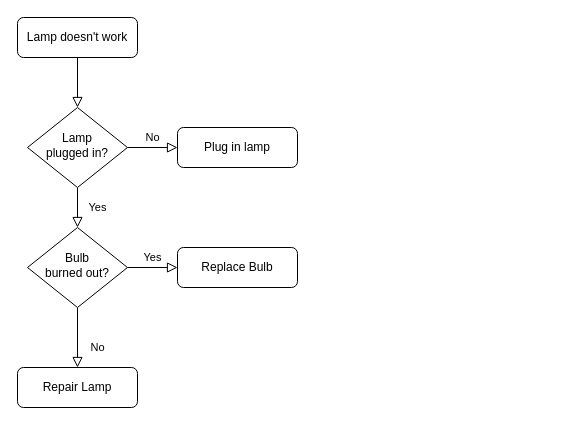
Above: my_diagram.drawio in osdev1490/git-prueba (draw.io), before the change. Source tidied: cells renumbered, new cells numbered last; positions are measured from the earlier drawing's top-left corner, leaving out a move shared by most shapes. Both pictures are drawn from the tidied source at 100%, with x=0, y=0 at pixel (17, 17).
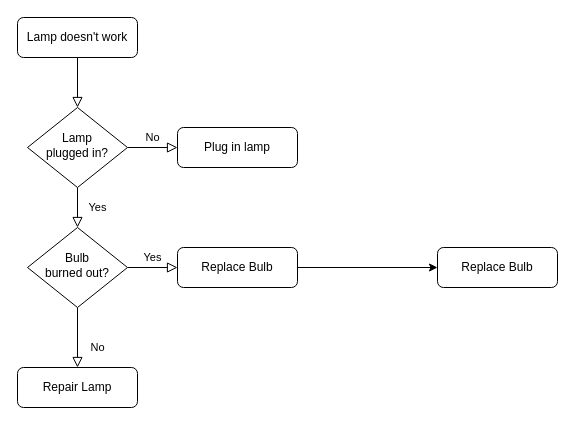
After the change.

Commit message:
build: Nuevo componente

Diff of the diagram source:
```diff
@@
 <mxGraphModel>
   <root>
     <mxCell id="0" />
     <mxCell id="1" parent="0" />
     <mxCell id="2" style="rounded=0;html=1;jettySize=auto;fontSize=11;endArrow=block;endFill=0;endSize=8;strokeWidth=1;shadow=0;labelBackgroundColor=none;edgeStyle=orthogonalEdgeStyle;" parent="1" edge="1" source="3" target="6">
       <mxGeometry relative="1" as="geometry" />
     </mxCell>
     <mxCell id="3" value="Lamp doesn't work" style="rounded=1;whiteSpace=wrap;html=1;fontSize=12;glass=0;strokeWidth=1;shadow=0;" parent="1" vertex="1">
       <mxGeometry width="120" height="40" as="geometry" />
     </mxCell>
     <mxCell id="4" value="Yes" style="rounded=0;html=1;jettySize=auto;fontSize=11;endArrow=block;endFill=0;endSize=8;strokeWidth=1;shadow=0;labelBackgroundColor=none;edgeStyle=orthogonalEdgeStyle;" parent="1" edge="1" source="6" target="10">
       <mxGeometry y="20" relative="1" as="geometry" />
     </mxCell>
     <mxCell id="5" value="No" style="edgeStyle=orthogonalEdgeStyle;rounded=0;html=1;jettySize=auto;fontSize=11;endArrow=block;endFill=0;endSize=8;strokeWidth=1;shadow=0;labelBackgroundColor=none;" parent="1" edge="1" source="6" target="7">
       <mxGeometry y="10" relative="1" as="geometry" />
     </mxCell>
     <mxCell id="6" value="Lamp&lt;br&gt;plugged in?" style="rhombus;whiteSpace=wrap;html=1;shadow=0;fontFamily=Helvetica;fontSize=12;align=center;strokeWidth=1;spacing=6;spacingTop=-4;" parent="1" vertex="1">
       <mxGeometry x="10" y="90" width="100" height="80" as="geometry" />
     </mxCell>
     <mxCell id="7" value="Plug in lamp" style="rounded=1;whiteSpace=wrap;html=1;fontSize=12;glass=0;strokeWidth=1;shadow=0;" parent="1" vertex="1">
       <mxGeometry x="160" y="110" width="120" height="40" as="geometry" />
     </mxCell>
     <mxCell id="8" value="No" style="rounded=0;html=1;jettySize=auto;fontSize=11;endArrow=block;endFill=0;endSize=8;strokeWidth=1;shadow=0;labelBackgroundColor=none;edgeStyle=orthogonalEdgeStyle;" parent="1" edge="1" source="10" target="11">
       <mxGeometry x="0.33" y="20" relative="1" as="geometry" />
     </mxCell>
     <mxCell id="9" value="Yes" style="edgeStyle=orthogonalEdgeStyle;rounded=0;html=1;jettySize=auto;fontSize=11;endArrow=block;endFill=0;endSize=8;strokeWidth=1;shadow=0;labelBackgroundColor=none;" parent="1" edge="1" source="10" target="12">
       <mxGeometry y="10" relative="1" as="geometry" />
     </mxCell>
     <mxCell id="10" value="Bulb&lt;br&gt;burned out?" style="rhombus;whiteSpace=wrap;html=1;shadow=0;fontFamily=Helvetica;fontSize=12;align=center;strokeWidth=1;spacing=6;spacingTop=-4;" parent="1" vertex="1">
       <mxGeometry x="10" y="210" width="100" height="80" as="geometry" />
     </mxCell>
     <mxCell id="11" value="Repair Lamp" style="rounded=1;whiteSpace=wrap;html=1;fontSize=12;glass=0;strokeWidth=1;shadow=0;" parent="1" vertex="1">
       <mxGeometry y="350" width="120" height="40" as="geometry" />
     </mxCell>
+    <mxCell id="13" style="edgeStyle=orthogonalEdgeStyle;rounded=0;jettySize=auto;html=1;" parent="1" edge="1" source="12" target="14">
+      <mxGeometry relative="1" as="geometry" />
+    </mxCell>
     <mxCell id="12" value="Replace Bulb" style="rounded=1;whiteSpace=wrap;html=1;fontSize=12;glass=0;strokeWidth=1;shadow=0;" parent="1" vertex="1">
       <mxGeometry x="160" y="230" width="120" height="40" as="geometry" />
     </mxCell>
+    <mxCell id="14" value="Replace Bulb" style="rounded=1;whiteSpace=wrap;html=1;fontSize=12;glass=0;strokeWidth=1;shadow=0;" parent="1" vertex="1">
+      <mxGeometry x="420" y="230" width="120" height="40" as="geometry" />
+    </mxCell>
   </root>
 </mxGraphModel>
```
